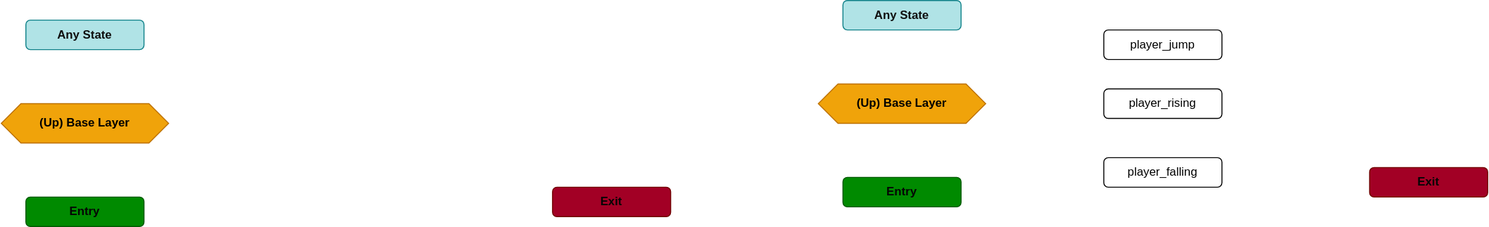
Earlier version of the draw.io export Unity2DPlatformerAnimator.drawio.svg (4mirul/diagrams). Source tidied: cells renumbered, new cells last; positions are measured from the earlier drawing's top-left corner, leaving out a move shared by most shapes.
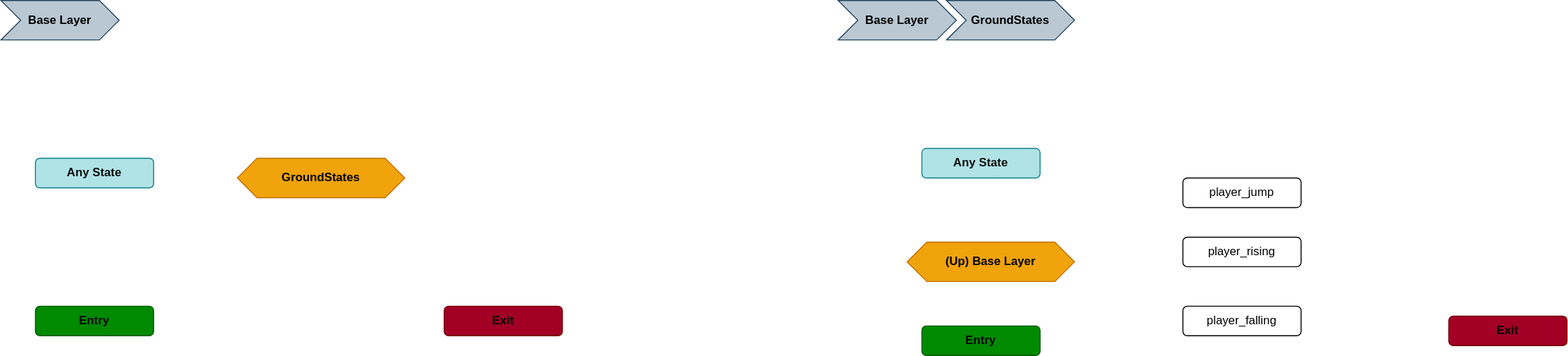
After the commit.

Diff of the diagram source:
```diff
@@ -11,8 +11,8 @@
     <mxCell id="4" value="player_falling" style="rounded=1;whiteSpace=wrap;html=1;" parent="1" vertex="1">
       <mxGeometry x="1120" y="160" width="120" height="30" as="geometry" />
     </mxCell>
-    <mxCell id="5" value="&lt;b&gt;(Up) Base Layer&lt;/b&gt;" style="shape=hexagon;perimeter=hexagonPerimeter2;whiteSpace=wrap;html=1;fixedSize=1;fillColor=#f0a30a;fontColor=#000000;strokeColor=#BD7000;" parent="1" vertex="1">
-      <mxGeometry x="830" y="85" width="170" height="40" as="geometry" />
+    <mxCell id="5" value="&lt;b&gt;GroundStates&lt;br&gt;&lt;/b&gt;" style="shape=hexagon;perimeter=hexagonPerimeter2;whiteSpace=wrap;html=1;fixedSize=1;fillColor=#f0a30a;fontColor=#000000;strokeColor=#BD7000;" parent="1" vertex="1">
+      <mxGeometry x="160" y="10" width="170" height="40" as="geometry" />
     </mxCell>
     <mxCell id="6" value="&lt;b&gt;&lt;font color=&quot;#050505&quot;&gt;Entry&lt;/font&gt;&lt;/b&gt;" style="rounded=1;whiteSpace=wrap;html=1;fillColor=#008a00;fontColor=#ffffff;strokeColor=#005700;" parent="1" vertex="1">
       <mxGeometry x="855" y="180" width="120" height="30" as="geometry" />
@@ -23,17 +23,26 @@
     <mxCell id="8" value="&lt;b&gt;&lt;font color=&quot;#050505&quot;&gt;Exit&lt;/font&gt;&lt;/b&gt;" style="rounded=1;whiteSpace=wrap;html=1;fillColor=#a20025;fontColor=#ffffff;strokeColor=#6F0000;" parent="1" vertex="1">
       <mxGeometry x="1390" y="170" width="120" height="30" as="geometry" />
     </mxCell>
-    <mxCell id="9" value="&lt;b&gt;(Up) Base Layer&lt;/b&gt;" style="shape=hexagon;perimeter=hexagonPerimeter2;whiteSpace=wrap;html=1;fixedSize=1;fillColor=#f0a30a;fontColor=#000000;strokeColor=#BD7000;" parent="1" vertex="1">
-      <mxGeometry y="105" width="170" height="40" as="geometry" />
-    </mxCell>
     <mxCell id="10" value="&lt;b&gt;&lt;font color=&quot;#050505&quot;&gt;Entry&lt;/font&gt;&lt;/b&gt;" style="rounded=1;whiteSpace=wrap;html=1;fillColor=#008a00;fontColor=#ffffff;strokeColor=#005700;" parent="1" vertex="1">
-      <mxGeometry x="25" y="200" width="120" height="30" as="geometry" />
+      <mxGeometry x="-45" y="160" width="120" height="30" as="geometry" />
     </mxCell>
-    <mxCell id="11" value="&lt;b&gt;&lt;font color=&quot;#0f0f0f&quot;&gt;Any State&lt;/font&gt;&lt;/b&gt;" style="rounded=1;whiteSpace=wrap;html=1;fillColor=#b0e3e6;strokeColor=#0e8088;" parent="1" vertex="1">
-      <mxGeometry x="25" y="20" width="120" height="30" as="geometry" />
+    <mxCell id="11" value="&lt;b&gt;&lt;font color=&quot;#0f0f0f&quot;&gt;Any State&lt;/font&gt;&lt;/b&gt;" style="rounded=1;whiteSpace=wrap;html=1;fillColor=#b0e3e6;strokeColor=#0e8088;gradientColor=none;" parent="1" vertex="1">
+      <mxGeometry x="-45" y="10" width="120" height="30" as="geometry" />
     </mxCell>
     <mxCell id="12" value="&lt;b&gt;&lt;font color=&quot;#050505&quot;&gt;Exit&lt;/font&gt;&lt;/b&gt;" style="rounded=1;whiteSpace=wrap;html=1;fillColor=#a20025;fontColor=#ffffff;strokeColor=#6F0000;" parent="1" vertex="1">
-      <mxGeometry x="560" y="190" width="120" height="30" as="geometry" />
+      <mxGeometry x="370" y="160" width="120" height="30" as="geometry" />
     </mxCell>
+    <mxCell id="13" value="&lt;font color=&quot;#000000&quot;&gt;&lt;b&gt;Base Layer&lt;/b&gt;&lt;/font&gt;" style="shape=step;perimeter=stepPerimeter;whiteSpace=wrap;html=1;fixedSize=1;fillColor=#bac8d3;strokeColor=#23445d;" parent="1" vertex="1">
+      <mxGeometry x="770" y="-150" width="120" height="40" as="geometry" />
+    </mxCell>
+    <mxCell id="9" value="&lt;b&gt;(Up) Base Layer&lt;/b&gt;" style="shape=hexagon;perimeter=hexagonPerimeter2;whiteSpace=wrap;html=1;fixedSize=1;fillColor=#f0a30a;fontColor=#000000;strokeColor=#BD7000;" parent="1" vertex="1">
+      <mxGeometry x="840" y="95" width="170" height="40" as="geometry" />
+    </mxCell>
+    <mxCell id="14" value="&lt;font color=&quot;#000000&quot;&gt;&lt;b&gt;GroundStates&lt;/b&gt;&lt;/font&gt;" style="shape=step;perimeter=stepPerimeter;whiteSpace=wrap;html=1;fixedSize=1;fillColor=#bac8d3;strokeColor=#23445d;" parent="1" vertex="1">
+      <mxGeometry x="880" y="-150" width="130" height="40" as="geometry" />
+    </mxCell>
+    <mxCell id="15" value="&lt;font color=&quot;#000000&quot;&gt;&lt;b&gt;Base Layer&lt;/b&gt;&lt;/font&gt;" style="shape=step;perimeter=stepPerimeter;whiteSpace=wrap;html=1;fixedSize=1;fillColor=#bac8d3;strokeColor=#23445d;" parent="1" vertex="1">
+      <mxGeometry x="-80" y="-150" width="120" height="40" as="geometry" />
+    </mxCell>
   </root>
 </mxGraphModel>
```
